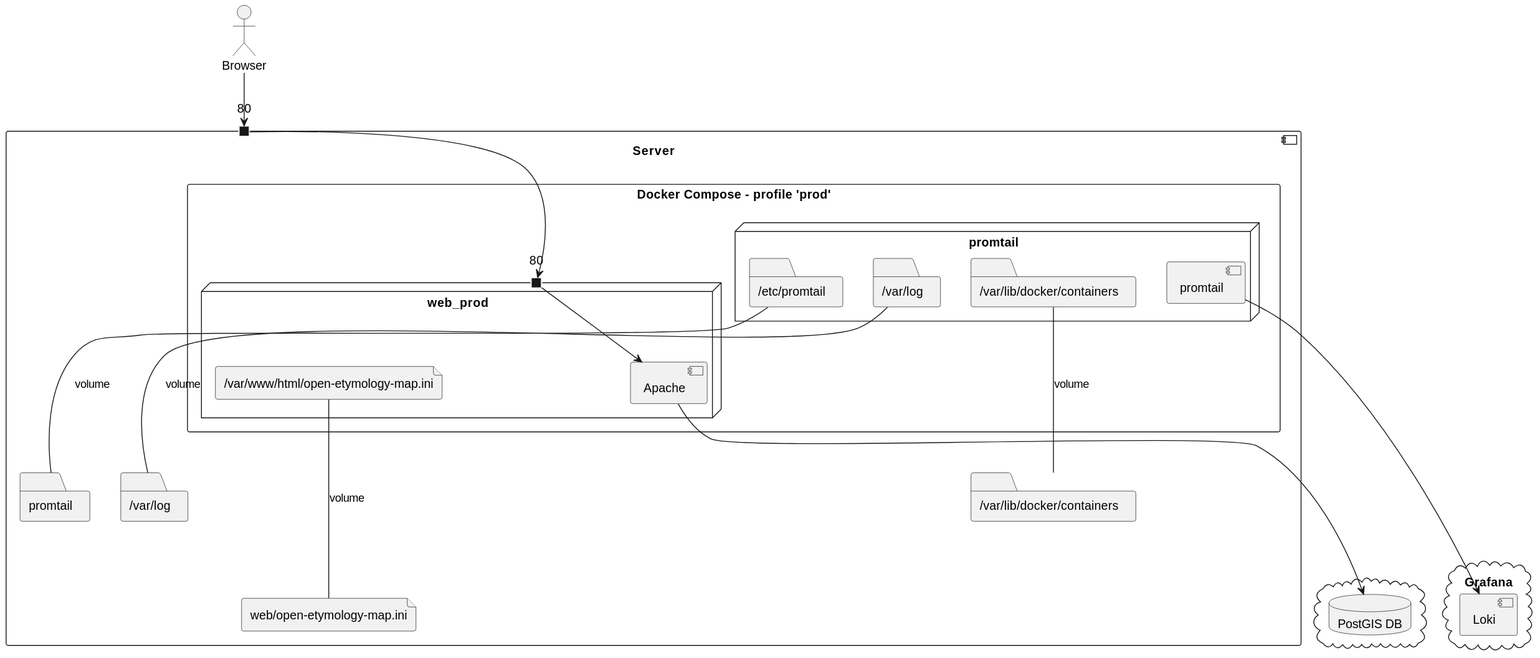
Earlier version of the PlantUML export images/prod_deployment.svg (Danysan1/osm-wikidata-map-framework). Its diagram source:
```plantuml
@startuml prod_deployment

component Server {
  port "80" as 80docker
  rectangle "Docker Compose - profile 'prod'" as docker {
    node promtail {
      component promtail as promInst
      folder "/etc/promtail" as promRem
      folder "/var/log" as logRem
      folder "/var/lib/docker/containers" as contRem
    }
    node web_prod {
      port "80" as 80webProd
      component Apache
      file "/var/www/html/open-etymology-map.ini" as iniRem
    }
  }
  file "web/open-etymology-map.ini" as iniLoc
  folder "promtail" as promLoc
  folder "/var/log" as logLoc
  folder "/var/lib/docker/containers" as contLoc
}
cloud Grafana {
  component Loki
}
actor Browser
cloud {
  database "PostGIS DB" as db
}

iniRem --- iniLoc : volume
promRem --- promLoc : volume
logRem --- logLoc : volume
contRem --- contLoc : volume

Apache ---> db

Browser --> 80docker

80docker --> 80webProd

80webProd --> Apache
promInst ----> Loki

@enduml
```
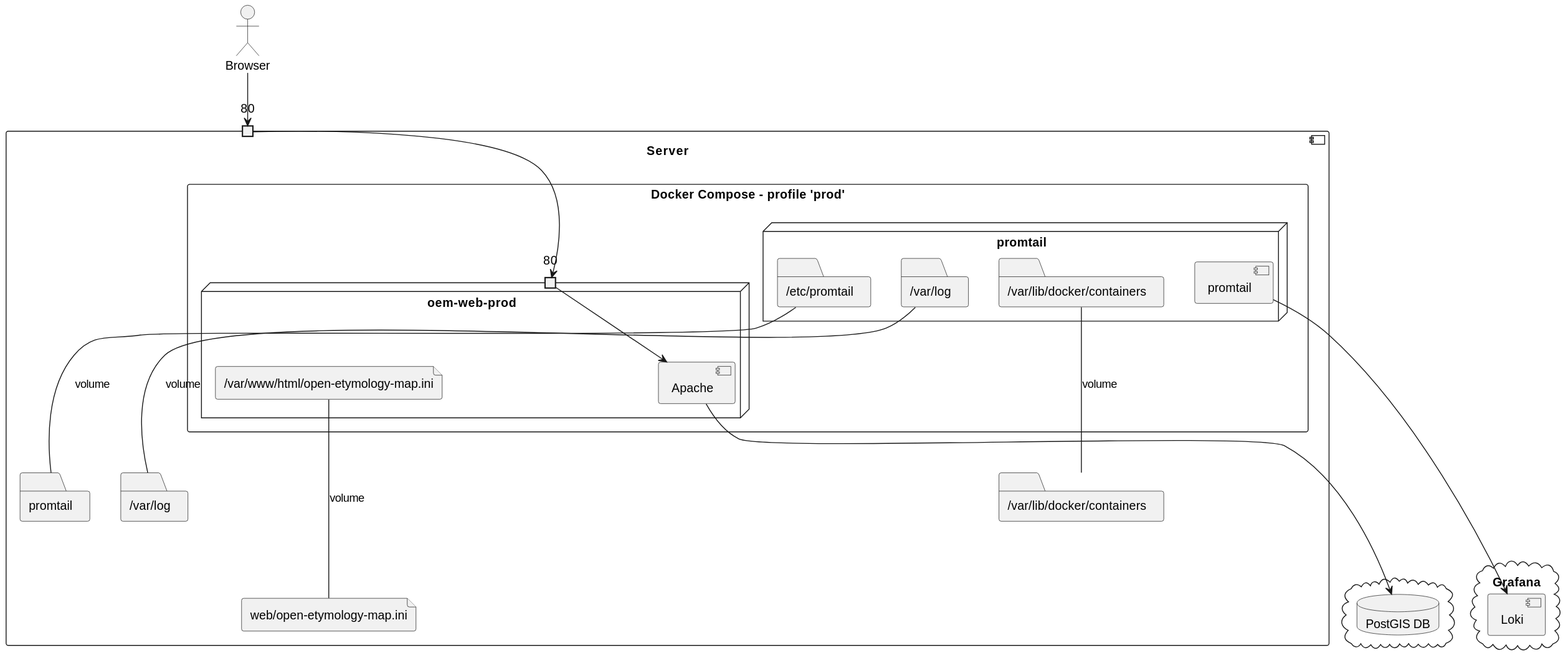
The same file after the commit.

What changed in the source:
```diff
@@ -9,7 +9,7 @@
       folder "/var/log" as logRem
       folder "/var/lib/docker/containers" as contRem
     }
-    node web_prod {
+    node "oem-web-prod" {
       port "80" as 80webProd
       component Apache
       file "/var/www/html/open-etymology-map.ini" as iniRem
```
